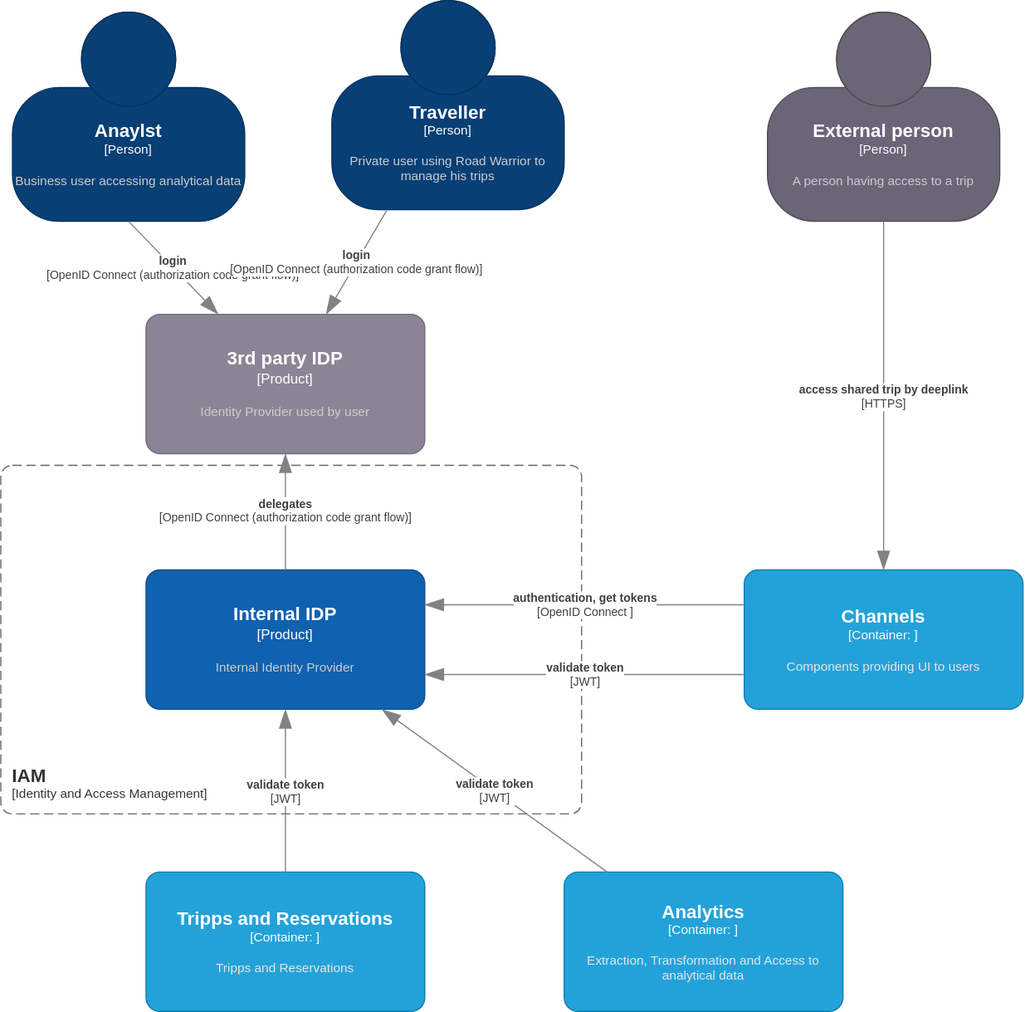
Before: diagrams/Component-IAM.drawio.svg, a diagram exported from draw.io (wschaef/architecture-kata-2023). Source tidied: cells renumbered, new cells last; positions are measured from the earlier drawing's top-left corner, leaving out a move shared by most shapes.
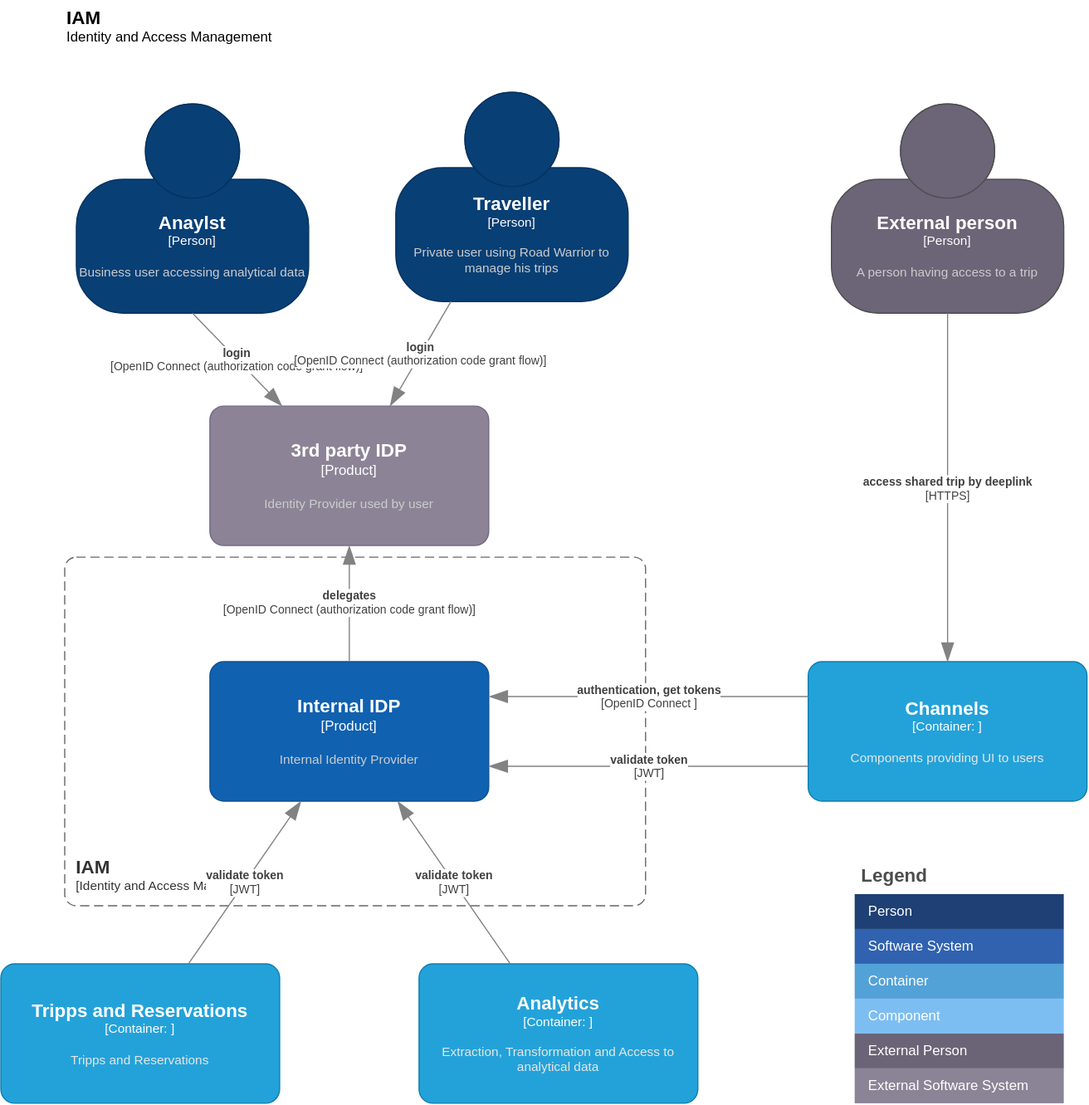
After the commit.

Diff of the diagram source:
```diff
@@ -64,12 +64,12 @@
     </object>
     <object id="14" label="&lt;font style=&quot;font-size: 16px&quot;&gt;&lt;b&gt;%c4Name%&lt;/b&gt;&lt;/font&gt;&lt;div&gt;[%c4Type%: %c4Technology%]&lt;/div&gt;&lt;br&gt;&lt;div&gt;&lt;font style=&quot;font-size: 11px&quot;&gt;&lt;font color=&quot;#E6E6E6&quot;&gt;%c4Description%&lt;/font&gt;&lt;/div&gt;" c4Description="Extraction, Transformation and Access to analytical data" c4Name="Analytics" c4Technology="" c4Type="Container" placeholders="1">
       <mxCell style="rounded=1;whiteSpace=wrap;html=1;fontSize=11;labelBackgroundColor=none;fillColor=#23A2D9;fontColor=#ffffff;align=center;arcSize=10;strokeColor=#0E7DAD;points=[[0.25,0,0],[0.5,0,0],[0.75,0,0],[1,0.25,0],[1,0.5,0],[1,0.75,0],[0.75,1,0],[0.5,1,0],[0.25,1,0],[0,0.75,0],[0,0.5,0],[0,0.25,0]];" parent="1" vertex="1">
-        <mxGeometry x="485" y="750" width="240" height="120" as="geometry" />
+        <mxGeometry x="305" y="750" width="240" height="120" as="geometry" />
       </mxCell>
     </object>
     <object id="15" label="&lt;font style=&quot;font-size: 16px&quot;&gt;&lt;b&gt;%c4Name%&lt;/b&gt;&lt;/font&gt;&lt;div&gt;[%c4Type%: %c4Technology%]&lt;/div&gt;&lt;br&gt;&lt;div&gt;&lt;font style=&quot;font-size: 11px&quot;&gt;&lt;font color=&quot;#E6E6E6&quot;&gt;%c4Description%&lt;/font&gt;&lt;/div&gt;" c4Description="Tripps and Reservations" c4Name="Tripps and Reservations" c4Technology="" c4Type="Container" placeholders="1">
       <mxCell style="rounded=1;whiteSpace=wrap;html=1;fontSize=11;labelBackgroundColor=none;fillColor=#23A2D9;fontColor=#ffffff;align=center;arcSize=10;strokeColor=#0E7DAD;points=[[0.25,0,0],[0.5,0,0],[0.75,0,0],[1,0.25,0],[1,0.5,0],[1,0.75,0],[0.75,1,0],[0.5,1,0],[0.25,1,0],[0,0.75,0],[0,0.5,0],[0,0.25,0]];" parent="1" vertex="1">
-        <mxGeometry x="125" y="750" width="240" height="120" as="geometry" />
+        <mxGeometry x="-55" y="750" width="240" height="120" as="geometry" />
       </mxCell>
     </object>
     <object id="16" label="&lt;div style=&quot;text-align: left&quot;&gt;&lt;div style=&quot;text-align: center&quot;&gt;&lt;b&gt;%c4Description%&lt;/b&gt;&lt;/div&gt;&lt;div style=&quot;text-align: center&quot;&gt;[%c4Technology%]&lt;/div&gt;&lt;/div&gt;" c4Description="validate token" c4Technology="JWT" c4Type="Relationship" placeholders="1">
@@ -87,5 +87,49 @@
         <mxGeometry relative="1" as="geometry" />
       </mxCell>
     </object>
+    <object id="19" label="&lt;font style=&quot;font-size: 16px&quot;&gt;&lt;b&gt;&lt;div style=&quot;text-align: left&quot;&gt;%c4Name%&lt;/div&gt;&lt;/b&gt;&lt;/font&gt;&lt;div style=&quot;text-align: left&quot;&gt;%c4Description%&lt;/div&gt;" c4Description="Identity and Access Management" c4Name="IAM" c4Type="ContainerDiagramTitle" placeholders="1">
+      <mxCell style="text;html=1;strokeColor=none;fillColor=none;align=left;verticalAlign=top;whiteSpace=wrap;rounded=0;" parent="1" vertex="1">
+        <mxGeometry y="-80" width="260" height="40" as="geometry" />
+      </mxCell>
+    </object>
+    <mxCell id="20" value="Legend" style="shape=table;startSize=30;fontSize=16;align=left;verticalAlign=top;fillColor=none;strokeColor=none;fontColor=#4D4D4D;fontStyle=1;spacingLeft=6;spacing=0;" parent="1" vertex="1">
+      <mxGeometry x="680" y="660" width="180" height="210" as="geometry" />
+    </mxCell>
+    <mxCell id="21" style="shape=tableRow;horizontal=0;startSize=0;swimlaneHead=0;swimlaneBody=0;strokeColor=inherit;top=0;left=0;bottom=0;right=0;fillColor=none;fontSize=12;" parent="20" vertex="1">
+      <mxGeometry y="30" width="180" height="30" as="geometry" />
+    </mxCell>
+    <mxCell id="22" value="Person" style="shape=partialRectangle;html=1;whiteSpace=wrap;strokeColor=inherit;overflow=hidden;fillColor=#1E4074;top=0;left=0;bottom=0;right=0;fontSize=12;align=left;fontColor=#FFFFFF;gradientColor=none;spacingLeft=10;spacingRight=4;" parent="21" vertex="1">
+      <mxGeometry width="180" height="30" as="geometry" />
+    </mxCell>
+    <mxCell id="23" style="shape=tableRow;horizontal=0;startSize=0;swimlaneHead=0;swimlaneBody=0;strokeColor=inherit;top=0;left=0;bottom=0;right=0;fillColor=none;fontSize=12;" parent="20" vertex="1">
+      <mxGeometry y="60" width="180" height="30" as="geometry" />
+    </mxCell>
+    <mxCell id="24" value="Software System" style="shape=partialRectangle;html=1;whiteSpace=wrap;strokeColor=inherit;overflow=hidden;fillColor=#3162AF;top=0;left=0;bottom=0;right=0;fontSize=12;align=left;fontColor=#FFFFFF;gradientColor=none;spacingLeft=10;spacingRight=4;" parent="23" vertex="1">
+      <mxGeometry width="180" height="30" as="geometry" />
+    </mxCell>
+    <mxCell id="25" style="shape=tableRow;horizontal=0;startSize=0;swimlaneHead=0;swimlaneBody=0;strokeColor=inherit;top=0;left=0;bottom=0;right=0;fillColor=none;fontSize=12;" parent="20" vertex="1">
+      <mxGeometry y="90" width="180" height="30" as="geometry" />
+    </mxCell>
+    <mxCell id="26" value="Container" style="shape=partialRectangle;html=1;whiteSpace=wrap;strokeColor=inherit;overflow=hidden;fillColor=#52a2d8;top=0;left=0;bottom=0;right=0;fontSize=12;align=left;fontColor=#FFFFFF;gradientColor=none;spacingLeft=10;spacingRight=4;" parent="25" vertex="1">
+      <mxGeometry width="180" height="30" as="geometry" />
+    </mxCell>
+    <mxCell id="27" style="shape=tableRow;horizontal=0;startSize=0;swimlaneHead=0;swimlaneBody=0;strokeColor=inherit;top=0;left=0;bottom=0;right=0;fillColor=none;fontSize=12;" parent="20" vertex="1">
+      <mxGeometry y="120" width="180" height="30" as="geometry" />
+    </mxCell>
+    <mxCell id="28" value="Component" style="shape=partialRectangle;html=1;whiteSpace=wrap;strokeColor=inherit;overflow=hidden;fillColor=#7dbef2;top=0;left=0;bottom=0;right=0;fontSize=12;align=left;fontColor=#FFFFFF;gradientColor=none;spacingLeft=10;spacingRight=4;" parent="27" vertex="1">
+      <mxGeometry width="180" height="30" as="geometry" />
+    </mxCell>
+    <mxCell id="29" style="shape=tableRow;horizontal=0;startSize=0;swimlaneHead=0;swimlaneBody=0;strokeColor=inherit;top=0;left=0;bottom=0;right=0;fillColor=none;fontSize=12;" parent="20" vertex="1">
+      <mxGeometry y="150" width="180" height="30" as="geometry" />
+    </mxCell>
+    <mxCell id="30" value="External Person" style="shape=partialRectangle;html=1;whiteSpace=wrap;strokeColor=inherit;overflow=hidden;fillColor=#6b6477;top=0;left=0;bottom=0;right=0;fontSize=12;align=left;fontColor=#FFFFFF;gradientColor=none;spacingLeft=10;spacingRight=4;" parent="29" vertex="1">
+      <mxGeometry width="180" height="30" as="geometry" />
+    </mxCell>
+    <mxCell id="31" style="shape=tableRow;horizontal=0;startSize=0;swimlaneHead=0;swimlaneBody=0;strokeColor=inherit;top=0;left=0;bottom=0;right=0;fillColor=none;fontSize=12;" parent="20" vertex="1">
+      <mxGeometry y="180" width="180" height="30" as="geometry" />
+    </mxCell>
+    <mxCell id="32" value="External Software System" style="shape=partialRectangle;html=1;whiteSpace=wrap;strokeColor=inherit;overflow=hidden;fillColor=#8b8496;top=0;left=0;bottom=0;right=0;fontSize=12;align=left;fontColor=#FFFFFF;gradientColor=none;spacingLeft=10;spacingRight=4;" parent="31" vertex="1">
+      <mxGeometry width="180" height="30" as="geometry" />
+    </mxCell>
   </root>
 </mxGraphModel>
```
